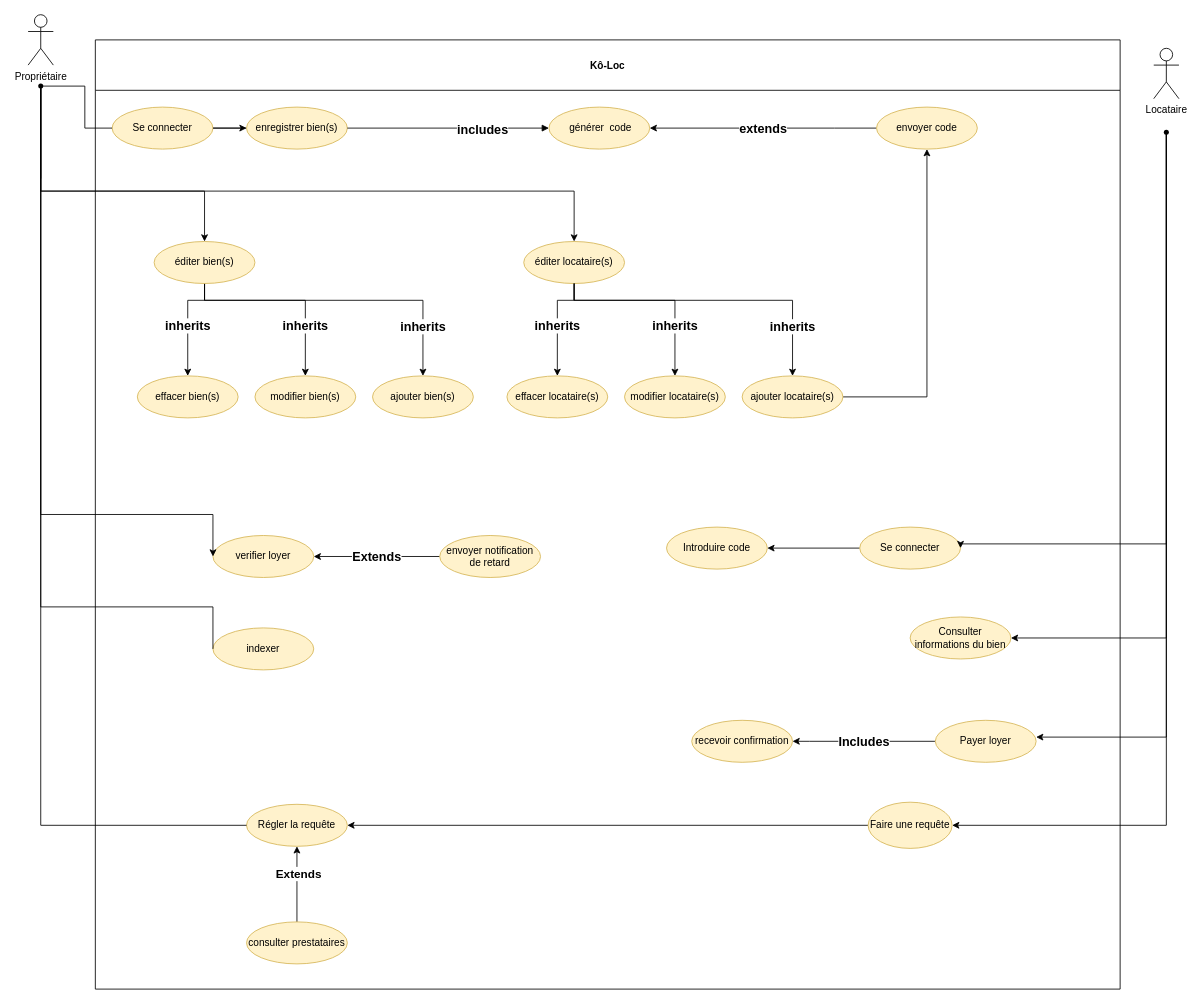
This is page "Use Case" (5 of 20) of Ko-loc (1).drawio from Julienthum/Co-Lock, a draw.io file, before an edit. Source tidied: cells renumbered, new cells numbered last; positions are measured from the earlier drawing's top-left corner, leaving out a move shared by most shapes. Both pictures are drawn from the tidied source at 84%, with x=0, y=0 at pixel (24, 14).
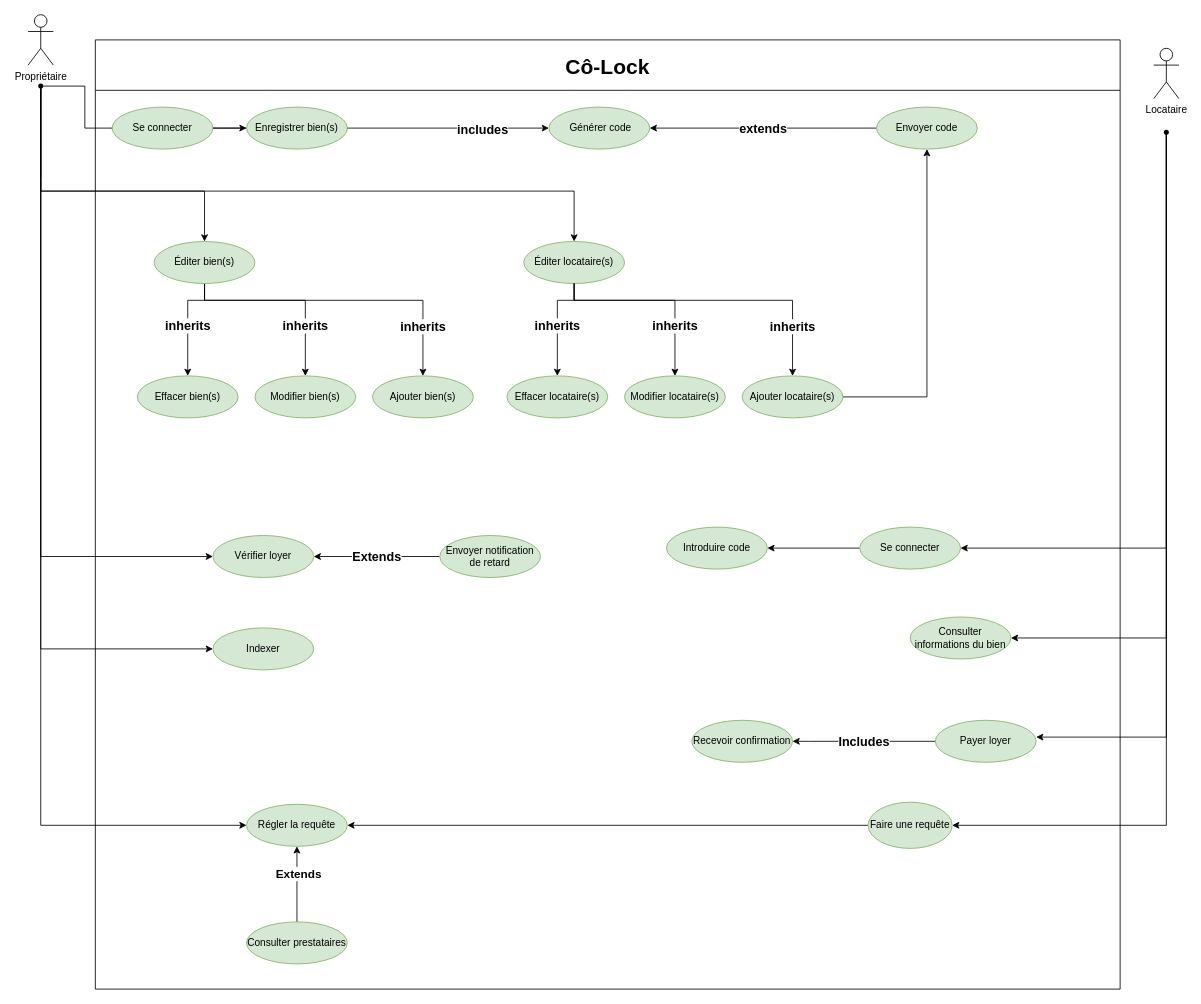
After the change.

Unchanged cells that the change refers to:
```xml
<mxCell id="55" style="shape=waypoint;sketch=0;fillStyle=solid;size=6;points=[];fillColor=none;perimeter=centerPerimeter;snapToPoint=1;fontSize=15;" parent="1" vertex="1">
  <mxGeometry y="65" width="40" height="40" as="geometry" />
</mxCell>
<mxCell id="58" style="shape=waypoint;sketch=0;fillStyle=solid;size=6;points=[];fillColor=none;perimeter=centerPerimeter;snapToPoint=1;fontSize=15;" parent="1" vertex="1">
  <mxGeometry x="1340" y="120" width="40" height="40" as="geometry" />
</mxCell>
```

What changed in the source:
```diff
@@
-    <mxCell id="2" value="Kô-Loc" style="swimlane;startSize=60;fillColor=default;strokeColor=default;fontColor=default;" parent="1" vertex="1">
+    <mxCell id="2" value="Cô-Lock" style="swimlane;startSize=60;fillColor=default;strokeColor=default;fontColor=default;fontSize=25;" parent="1" vertex="1">
       <mxGeometry x="85" y="30" width="1220" height="1130" as="geometry" />
     </mxCell>
@@
-    <mxCell id="4" value="Se connecter" style="ellipse;whiteSpace=wrap;html=1;fillColor=#fff2cc;strokeColor=#d6b656;fontColor=default;" parent="2" vertex="1">
+    <mxCell id="4" value="Se connecter" style="ellipse;whiteSpace=wrap;html=1;fillColor=#d5e8d4;strokeColor=#82b366;" parent="2" vertex="1">
       <mxGeometry x="20" y="80" width="120" height="50" as="geometry" />
     </mxCell>
-    <mxCell id="5" value="enregistrer bien(s)" style="ellipse;whiteSpace=wrap;html=1;fillColor=#fff2cc;strokeColor=#d6b656;" parent="2" vertex="1">
+    <mxCell id="5" value="Enregistrer bien(s)" style="ellipse;whiteSpace=wrap;html=1;fillColor=#d5e8d4;strokeColor=#82b366;" parent="2" vertex="1">
       <mxGeometry x="180" y="80" width="120" height="50" as="geometry" />
     </mxCell>
-    <mxCell id="6" style="edgeStyle=orthogonalEdgeStyle;rounded=0;jettySize=auto;html=1;entryX=1;entryY=0.5;entryDx=0;entryDy=0;startArrow=block;startFill=1;endArrow=none;endFill=0;" parent="2" edge="1" source="8" target="5">
+    <mxCell id="6" style="edgeStyle=orthogonalEdgeStyle;rounded=0;jettySize=auto;html=1;entryX=1;entryY=0.5;entryDx=0;entryDy=0;startArrow=classic;startFill=1;endArrow=none;endFill=0;" parent="2" edge="1" source="8" target="5">
       <mxGeometry relative="1" as="geometry">
         <Array as="points">
           <mxPoint x="610" y="105" />
         </Array>
       </mxGeometry>
     </mxCell>
@@
-    <mxCell id="8" value="&amp;nbsp;générer&amp;nbsp; code" style="ellipse;whiteSpace=wrap;html=1;fillColor=#fff2cc;strokeColor=#d6b656;fontColor=default;" parent="2" vertex="1">
+    <mxCell id="8" value="&amp;nbsp;Générer code" style="ellipse;whiteSpace=wrap;html=1;fillColor=#d5e8d4;strokeColor=#82b366;" parent="2" vertex="1">
       <mxGeometry x="540" y="80" width="120" height="50" as="geometry" />
     </mxCell>
@@
-    <mxCell id="10" value="Se connecter" style="ellipse;whiteSpace=wrap;html=1;fillColor=#fff2cc;strokeColor=#d6b656;fontColor=default;" parent="2" vertex="1">
+    <mxCell id="10" value="Se connecter" style="ellipse;whiteSpace=wrap;html=1;fillColor=#d5e8d4;strokeColor=#82b366;" parent="2" vertex="1">
       <mxGeometry x="910" y="580" width="120" height="50" as="geometry" />
     </mxCell>
-    <mxCell id="11" value="Introduire code" style="ellipse;whiteSpace=wrap;html=1;fillColor=#fff2cc;strokeColor=#d6b656;fontColor=default;" parent="2" vertex="1">
+    <mxCell id="11" value="Introduire code" style="ellipse;whiteSpace=wrap;html=1;fillColor=#d5e8d4;strokeColor=#82b366;" parent="2" vertex="1">
       <mxGeometry x="680" y="580" width="120" height="50" as="geometry" />
     </mxCell>
@@
-    <mxCell id="13" value="Payer loyer" style="ellipse;whiteSpace=wrap;html=1;fillColor=#fff2cc;strokeColor=#d6b656;fontColor=default;" parent="2" vertex="1">
+    <mxCell id="13" value="Payer loyer" style="ellipse;whiteSpace=wrap;html=1;fillColor=#d5e8d4;strokeColor=#82b366;" parent="2" vertex="1">
       <mxGeometry x="1000" y="810" width="120" height="50" as="geometry" />
     </mxCell>
-    <mxCell id="14" value="recevoir confirmation" style="ellipse;whiteSpace=wrap;html=1;fillColor=#fff2cc;strokeColor=#d6b656;fontColor=default;" parent="2" vertex="1">
+    <mxCell id="14" value="Recevoir confirmation" style="ellipse;whiteSpace=wrap;html=1;fillColor=#d5e8d4;strokeColor=#82b366;" parent="2" vertex="1">
       <mxGeometry x="710" y="810" width="120" height="50" as="geometry" />
     </mxCell>
@@
-    <mxCell id="18" value="éditer bien(s)" style="ellipse;whiteSpace=wrap;html=1;fillColor=#fff2cc;strokeColor=#d6b656;fontColor=default;" parent="2" vertex="1">
+    <mxCell id="18" value="Éditer bien(s)" style="ellipse;whiteSpace=wrap;html=1;fillColor=#d5e8d4;strokeColor=#82b366;" parent="2" vertex="1">
       <mxGeometry x="70" y="240" width="120" height="50" as="geometry" />
     </mxCell>
-    <mxCell id="19" value="modifier bien(s)" style="ellipse;whiteSpace=wrap;html=1;fillColor=#fff2cc;strokeColor=#d6b656;fontColor=default;" parent="2" vertex="1">
+    <mxCell id="19" value="Modifier bien(s)" style="ellipse;whiteSpace=wrap;html=1;fillColor=#d5e8d4;strokeColor=#82b366;" parent="2" vertex="1">
       <mxGeometry x="190" y="400" width="120" height="50" as="geometry" />
     </mxCell>
-    <mxCell id="20" value="effacer bien(s)" style="ellipse;whiteSpace=wrap;html=1;fillColor=#fff2cc;strokeColor=#d6b656;fontColor=default;" parent="2" vertex="1">
+    <mxCell id="20" value="Effacer bien(s)" style="ellipse;whiteSpace=wrap;html=1;fillColor=#d5e8d4;strokeColor=#82b366;" parent="2" vertex="1">
       <mxGeometry x="50" y="400" width="120" height="50" as="geometry" />
     </mxCell>
-    <mxCell id="21" value="ajouter bien(s)" style="ellipse;whiteSpace=wrap;html=1;fillColor=#fff2cc;strokeColor=#d6b656;fontColor=default;" parent="2" vertex="1">
+    <mxCell id="21" value="Ajouter bien(s)" style="ellipse;whiteSpace=wrap;html=1;fillColor=#d5e8d4;strokeColor=#82b366;" parent="2" vertex="1">
       <mxGeometry x="330" y="400" width="120" height="50" as="geometry" />
     </mxCell>
-    <mxCell id="22" value="éditer locataire(s)" style="ellipse;whiteSpace=wrap;html=1;fillColor=#fff2cc;strokeColor=#d6b656;fontColor=default;" parent="2" vertex="1">
+    <mxCell id="22" value="Éditer locataire(s)" style="ellipse;whiteSpace=wrap;html=1;fillColor=#d5e8d4;strokeColor=#82b366;" parent="2" vertex="1">
       <mxGeometry x="510" y="240" width="120" height="50" as="geometry" />
     </mxCell>
-    <mxCell id="23" value="modifier locataire(s)" style="ellipse;whiteSpace=wrap;html=1;fillColor=#fff2cc;strokeColor=#d6b656;fontColor=default;" parent="2" vertex="1">
+    <mxCell id="23" value="Modifier locataire(s)" style="ellipse;whiteSpace=wrap;html=1;fillColor=#d5e8d4;strokeColor=#82b366;" parent="2" vertex="1">
       <mxGeometry x="630" y="400" width="120" height="50" as="geometry" />
     </mxCell>
@@
-    <mxCell id="25" value="effacer locataire(s)" style="ellipse;whiteSpace=wrap;html=1;fillColor=#fff2cc;strokeColor=#d6b656;fontColor=default;" parent="2" vertex="1">
+    <mxCell id="25" value="Effacer locataire(s)" style="ellipse;whiteSpace=wrap;html=1;fillColor=#d5e8d4;strokeColor=#82b366;" parent="2" vertex="1">
       <mxGeometry x="490" y="400" width="120" height="50" as="geometry" />
     </mxCell>
@@
-    <mxCell id="28" value="ajouter locataire(s)" style="ellipse;whiteSpace=wrap;html=1;fillColor=#fff2cc;strokeColor=#d6b656;fontColor=default;" parent="2" vertex="1">
+    <mxCell id="28" value="Ajouter locataire(s)" style="ellipse;whiteSpace=wrap;html=1;fillColor=#d5e8d4;strokeColor=#82b366;" parent="2" vertex="1">
       <mxGeometry x="770" y="400" width="120" height="50" as="geometry" />
     </mxCell>
@@
-    <mxCell id="31" value="envoyer code" style="ellipse;whiteSpace=wrap;html=1;fillColor=#fff2cc;strokeColor=#d6b656;fontColor=default;" parent="2" vertex="1">
+    <mxCell id="31" value="Envoyer code" style="ellipse;whiteSpace=wrap;html=1;fillColor=#d5e8d4;strokeColor=#82b366;" parent="2" vertex="1">
       <mxGeometry x="930" y="80" width="120" height="50" as="geometry" />
     </mxCell>
-    <mxCell id="32" value="indexer" style="ellipse;whiteSpace=wrap;html=1;fillColor=#fff2cc;strokeColor=#d6b656;fontColor=default;" parent="2" vertex="1">
+    <mxCell id="32" value="Indexer" style="ellipse;whiteSpace=wrap;html=1;fillColor=#d5e8d4;strokeColor=#82b366;" parent="2" vertex="1">
       <mxGeometry x="140" y="700" width="120" height="50" as="geometry" />
     </mxCell>
-    <mxCell id="33" value="Régler la requête" style="ellipse;whiteSpace=wrap;html=1;fillColor=#FFF2CC;strokeColor=#D6B656;" parent="2" vertex="1">
+    <mxCell id="33" value="Régler la requête" style="ellipse;whiteSpace=wrap;html=1;fillColor=#d5e8d4;strokeColor=#82b366;" parent="2" vertex="1">
       <mxGeometry x="180" y="910" width="120" height="50" as="geometry" />
     </mxCell>
@@
-    <mxCell id="36" value="consulter prestataires" style="ellipse;whiteSpace=wrap;html=1;fillColor=#FFF2CC;strokeColor=#D6B656;" parent="2" vertex="1">
+    <mxCell id="36" value="Consulter prestataires" style="ellipse;whiteSpace=wrap;html=1;fillColor=#d5e8d4;strokeColor=#82b366;" parent="2" vertex="1">
       <mxGeometry x="180" y="1050" width="120" height="50" as="geometry" />
     </mxCell>
@@
-    <mxCell id="38" value="verifier loyer" style="ellipse;whiteSpace=wrap;html=1;fillColor=#fff2cc;strokeColor=#d6b656;fontColor=default;" parent="2" vertex="1">
+    <mxCell id="38" value="Vérifier loyer" style="ellipse;whiteSpace=wrap;html=1;fillColor=#d5e8d4;strokeColor=#82b366;" parent="2" vertex="1">
       <mxGeometry x="140" y="590" width="120" height="50" as="geometry" />
     </mxCell>
@@
-    <mxCell id="40" value="Faire une requête" style="ellipse;whiteSpace=wrap;html=1;fillColor=#FFF2CC;strokeColor=#D6B656;" parent="2" vertex="1">
+    <mxCell id="40" value="Faire une requête" style="ellipse;whiteSpace=wrap;html=1;fillColor=#d5e8d4;strokeColor=#82b366;" parent="2" vertex="1">
       <mxGeometry x="920" y="907.5" width="100" height="55" as="geometry" />
     </mxCell>
@@
-    <mxCell id="42" value="envoyer notification de retard" style="ellipse;whiteSpace=wrap;html=1;fillColor=#fff2cc;strokeColor=#d6b656;fontColor=default;" parent="2" vertex="1">
+    <mxCell id="42" value="Envoyer notification de retard" style="ellipse;whiteSpace=wrap;html=1;fillColor=#d5e8d4;strokeColor=#82b366;" parent="2" vertex="1">
       <mxGeometry x="410" y="590" width="120" height="50" as="geometry" />
     </mxCell>
-    <mxCell id="43" value="Consulter informations du bien" style="ellipse;whiteSpace=wrap;html=1;fillColor=#FFF2CC;strokeColor=#D6B656;" parent="2" vertex="1">
+    <mxCell id="43" value="Consulter informations du bien" style="ellipse;whiteSpace=wrap;html=1;fillColor=#d5e8d4;strokeColor=#82b366;" parent="2" vertex="1">
       <mxGeometry x="970" y="687" width="120" height="50" as="geometry" />
     </mxCell>
@@
     <mxCell id="45" style="edgeStyle=orthogonalEdgeStyle;rounded=0;jettySize=auto;html=1;entryX=0;entryY=0.5;entryDx=0;entryDy=0;" parent="1" edge="1" source="55" target="38">
       <mxGeometry relative="1" as="geometry">
         <Array as="points">
-          <mxPoint x="20" y="595" />
+          <mxPoint x="20" y="645" />
         </Array>
       </mxGeometry>
     </mxCell>
@@
-    <mxCell id="48" style="edgeStyle=orthogonalEdgeStyle;rounded=0;jettySize=auto;html=1;entryX=0;entryY=0.5;entryDx=0;entryDy=0;endArrow=none;endFill=0;" parent="1" edge="1" source="55" target="33">
+    <mxCell id="48" style="edgeStyle=orthogonalEdgeStyle;rounded=0;jettySize=auto;html=1;entryX=0;entryY=0.5;entryDx=0;entryDy=0;endArrow=classic;endFill=1;" parent="1" edge="1" source="55" target="33">
       <mxGeometry relative="1" as="geometry">
         <Array as="points">
           <mxPoint x="20" y="965" />
         </Array>
       </mxGeometry>
     </mxCell>
-    <mxCell id="49" style="edgeStyle=orthogonalEdgeStyle;rounded=0;jettySize=auto;html=1;entryX=0;entryY=0.5;entryDx=0;entryDy=0;fontSize=15;endArrow=none;endFill=0;" parent="1" edge="1" source="55" target="32">
+    <mxCell id="49" style="edgeStyle=orthogonalEdgeStyle;rounded=0;jettySize=auto;html=1;fontSize=15;endArrow=classic;endFill=1;startArrow=none;startFill=0;entryX=0;entryY=0.5;entryDx=0;entryDy=0;" parent="1" edge="1" source="55" target="32">
       <mxGeometry relative="1" as="geometry">
         <Array as="points">
-          <mxPoint x="20" y="705" />
+          <mxPoint x="20" y="755" />
         </Array>
       </mxGeometry>
     </mxCell>
@@
-    <mxCell id="52" style="edgeStyle=orthogonalEdgeStyle;rounded=0;jettySize=auto;html=1;entryX=1;entryY=0.5;entryDx=0;entryDy=0;exitX=0.515;exitY=0.69;exitDx=0;exitDy=0;exitPerimeter=0;" parent="1" edge="1" source="58" target="10">
+    <mxCell id="52" style="edgeStyle=orthogonalEdgeStyle;rounded=0;jettySize=auto;html=1;exitX=0.515;exitY=0.69;exitDx=0;exitDy=0;exitPerimeter=0;entryX=1;entryY=0.5;entryDx=0;entryDy=0;" parent="1" edge="1" source="58" target="10">
       <mxGeometry relative="1" as="geometry">
         <Array as="points">
-          <mxPoint x="1360" y="630" />
-          <mxPoint x="1115" y="630" />
+          <mxPoint x="1360" y="635" />
         </Array>
       </mxGeometry>
     </mxCell>
```
